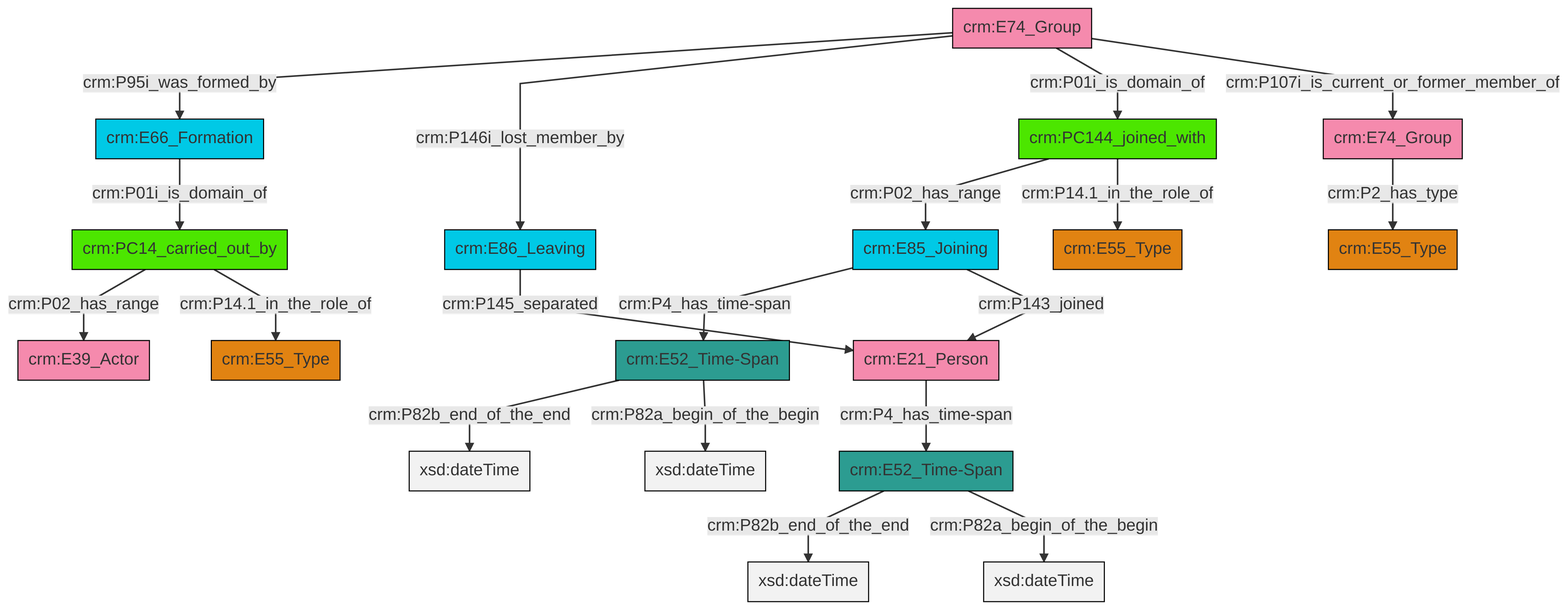
The Mermaid diagram et/groupCSV/ttl/mmd/png/group_actor_relations.png in swiss-art-research-net/reference-data-models, before a commit. Its source is kept beside it as et/groupCSV/ttl/mmd/group_actor_relations.ttl.mmd. Its diagram source:
```mermaid
graph TD
classDef Literal fill:#f2f2f2,stroke:#000000;
classDef CRM_Entity fill:#FFFFFF,stroke:#000000;
classDef Temporal_Entity fill:#00C9E6, stroke:#000000;
classDef Type fill:#E18312, stroke:#000000;
classDef Time-Span fill:#2C9C91, stroke:#000000;
classDef Appellation fill:#FFEB7F, stroke:#000000;
classDef Place fill:#008836, stroke:#000000;
classDef Persistent_Item fill:#B266B2, stroke:#000000;
classDef Conceptual_Object fill:#FFD700, stroke:#000000;
classDef Physical_Thing fill:#D2B48C, stroke:#000000;
classDef Actor fill:#f58aad, stroke:#000000;
classDef PC_Classes fill:#4ce600, stroke:#000000;
classDef Multi fill:#cccccc,stroke:#000000;

0["crm:E66_Formation"]:::Temporal_Entity -->|crm:P01i_is_domain_of| 1["crm:PC14_carried_out_by"]:::PC_Classes
2["crm:E85_Joining"]:::Temporal_Entity -->|crm:P4_has_time-span| 3["crm:E52_Time-Span"]:::Time-Span
2["crm:E85_Joining"]:::Temporal_Entity -->|crm:P143_joined| 6["crm:E21_Person"]:::Actor
11["crm:E74_Group"]:::Actor -->|crm:P95i_was_formed_by| 0["crm:E66_Formation"]:::Temporal_Entity
12["crm:E52_Time-Span"]:::Time-Span -->|crm:P82b_end_of_the_end| 13[xsd:dateTime]:::Literal
11["crm:E74_Group"]:::Actor -->|crm:P146i_lost_member_by| 15["crm:E86_Leaving"]:::Temporal_Entity
16["crm:E74_Group"]:::Actor -->|crm:P2_has_type| 17["crm:E55_Type"]:::Type
1["crm:PC14_carried_out_by"]:::PC_Classes -->|crm:P02_has_range| 4["crm:E39_Actor"]:::Actor
1["crm:PC14_carried_out_by"]:::PC_Classes -->|crm:P14.1_in_the_role_of| 19["crm:E55_Type"]:::Type
15["crm:E86_Leaving"]:::Temporal_Entity -->|crm:P145_separated| 6["crm:E21_Person"]:::Actor
6["crm:E21_Person"]:::Actor -->|crm:P4_has_time-span| 12["crm:E52_Time-Span"]:::Time-Span
11["crm:E74_Group"]:::Actor -->|crm:P01i_is_domain_of| 23["crm:PC144_joined_with"]:::PC_Classes
12["crm:E52_Time-Span"]:::Time-Span -->|crm:P82a_begin_of_the_begin| 25[xsd:dateTime]:::Literal
23["crm:PC144_joined_with"]:::PC_Classes -->|crm:P02_has_range| 2["crm:E85_Joining"]:::Temporal_Entity
3["crm:E52_Time-Span"]:::Time-Span -->|crm:P82b_end_of_the_end| 31[xsd:dateTime]:::Literal
23["crm:PC144_joined_with"]:::PC_Classes -->|crm:P14.1_in_the_role_of| 8["crm:E55_Type"]:::Type
11["crm:E74_Group"]:::Actor -->|crm:P107i_is_current_or_former_member_of| 16["crm:E74_Group"]:::Actor
3["crm:E52_Time-Span"]:::Time-Span -->|crm:P82a_begin_of_the_begin| 34[xsd:dateTime]:::Literal
```
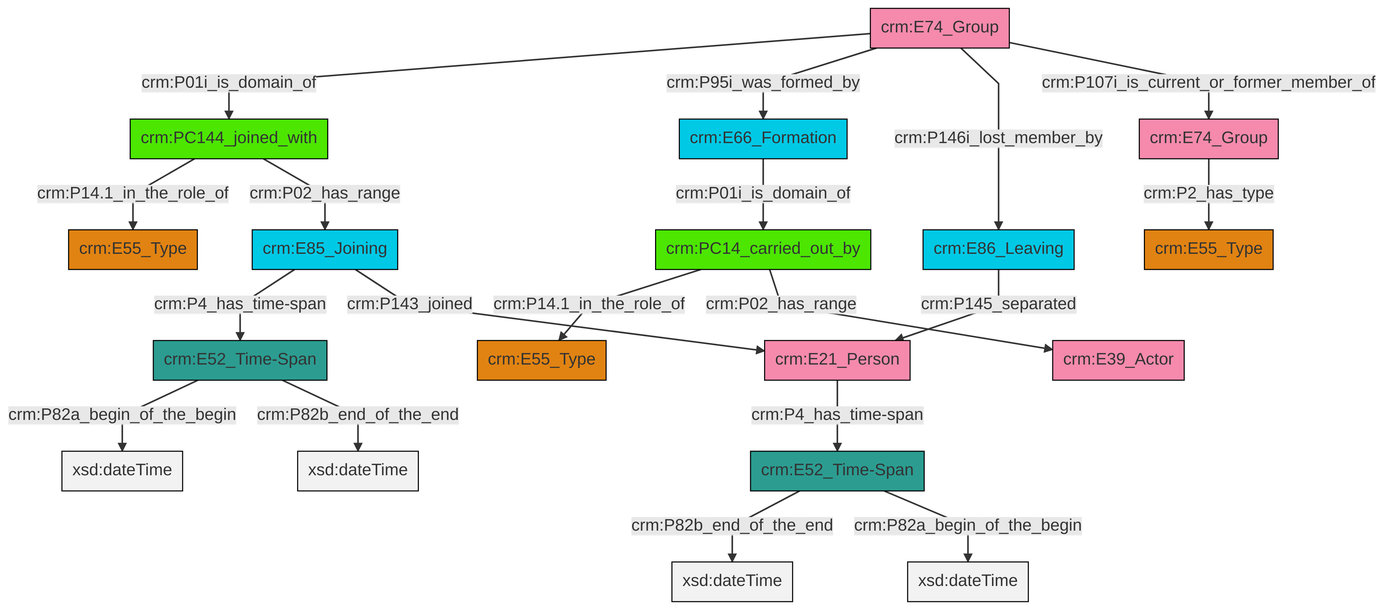
After the commit.

Diff of the diagram source:
```diff
@@ -13,21 +13,21 @@
 classDef PC_Classes fill:#4ce600, stroke:#000000;
 classDef Multi fill:#cccccc,stroke:#000000;
 
-0["crm:E66_Formation"]:::Temporal_Entity -->|crm:P01i_is_domain_of| 1["crm:PC14_carried_out_by"]:::PC_Classes
-2["crm:E85_Joining"]:::Temporal_Entity -->|crm:P4_has_time-span| 3["crm:E52_Time-Span"]:::Time-Span
-2["crm:E85_Joining"]:::Temporal_Entity -->|crm:P143_joined| 6["crm:E21_Person"]:::Actor
-11["crm:E74_Group"]:::Actor -->|crm:P95i_was_formed_by| 0["crm:E66_Formation"]:::Temporal_Entity
-12["crm:E52_Time-Span"]:::Time-Span -->|crm:P82b_end_of_the_end| 13[xsd:dateTime]:::Literal
-11["crm:E74_Group"]:::Actor -->|crm:P146i_lost_member_by| 15["crm:E86_Leaving"]:::Temporal_Entity
-16["crm:E74_Group"]:::Actor -->|crm:P2_has_type| 17["crm:E55_Type"]:::Type
-1["crm:PC14_carried_out_by"]:::PC_Classes -->|crm:P02_has_range| 4["crm:E39_Actor"]:::Actor
-1["crm:PC14_carried_out_by"]:::PC_Classes -->|crm:P14.1_in_the_role_of| 19["crm:E55_Type"]:::Type
-15["crm:E86_Leaving"]:::Temporal_Entity -->|crm:P145_separated| 6["crm:E21_Person"]:::Actor
-6["crm:E21_Person"]:::Actor -->|crm:P4_has_time-span| 12["crm:E52_Time-Span"]:::Time-Span
-11["crm:E74_Group"]:::Actor -->|crm:P01i_is_domain_of| 23["crm:PC144_joined_with"]:::PC_Classes
-12["crm:E52_Time-Span"]:::Time-Span -->|crm:P82a_begin_of_the_begin| 25[xsd:dateTime]:::Literal
-23["crm:PC144_joined_with"]:::PC_Classes -->|crm:P02_has_range| 2["crm:E85_Joining"]:::Temporal_Entity
-3["crm:E52_Time-Span"]:::Time-Span -->|crm:P82b_end_of_the_end| 31[xsd:dateTime]:::Literal
-23["crm:PC144_joined_with"]:::PC_Classes -->|crm:P14.1_in_the_role_of| 8["crm:E55_Type"]:::Type
-11["crm:E74_Group"]:::Actor -->|crm:P107i_is_current_or_former_member_of| 16["crm:E74_Group"]:::Actor
-3["crm:E52_Time-Span"]:::Time-Span -->|crm:P82a_begin_of_the_begin| 34[xsd:dateTime]:::Literal
+4["crm:PC144_joined_with"]:::PC_Classes -->|crm:P14.1_in_the_role_of| 6["crm:E55_Type"]:::Type
+0["crm:E52_Time-Span"]:::Time-Span -->|crm:P82b_end_of_the_end| 7[xsd:dateTime]:::Literal
+10["crm:PC14_carried_out_by"]:::PC_Classes -->|crm:P14.1_in_the_role_of| 2["crm:E55_Type"]:::Type
+13["crm:E52_Time-Span"]:::Time-Span -->|crm:P82a_begin_of_the_begin| 14[xsd:dateTime]:::Literal
+10["crm:PC14_carried_out_by"]:::PC_Classes -->|crm:P02_has_range| 11["crm:E39_Actor"]:::Actor
+16["crm:E74_Group"]:::Actor -->|crm:P01i_is_domain_of| 4["crm:PC144_joined_with"]:::PC_Classes
+13["crm:E52_Time-Span"]:::Time-Span -->|crm:P82b_end_of_the_end| 17[xsd:dateTime]:::Literal
+20["crm:E21_Person"]:::Actor -->|crm:P4_has_time-span| 0["crm:E52_Time-Span"]:::Time-Span
+21["crm:E85_Joining"]:::Temporal_Entity -->|crm:P4_has_time-span| 13["crm:E52_Time-Span"]:::Time-Span
+16["crm:E74_Group"]:::Actor -->|crm:P95i_was_formed_by| 22["crm:E66_Formation"]:::Temporal_Entity
+0["crm:E52_Time-Span"]:::Time-Span -->|crm:P82a_begin_of_the_begin| 23[xsd:dateTime]:::Literal
+16["crm:E74_Group"]:::Actor -->|crm:P146i_lost_member_by| 18["crm:E86_Leaving"]:::Temporal_Entity
+25["crm:E74_Group"]:::Actor -->|crm:P2_has_type| 8["crm:E55_Type"]:::Type
+18["crm:E86_Leaving"]:::Temporal_Entity -->|crm:P145_separated| 20["crm:E21_Person"]:::Actor
+16["crm:E74_Group"]:::Actor -->|crm:P107i_is_current_or_former_member_of| 25["crm:E74_Group"]:::Actor
+21["crm:E85_Joining"]:::Temporal_Entity -->|crm:P143_joined| 20["crm:E21_Person"]:::Actor
+4["crm:PC144_joined_with"]:::PC_Classes -->|crm:P02_has_range| 21["crm:E85_Joining"]:::Temporal_Entity
+22["crm:E66_Formation"]:::Temporal_Entity -->|crm:P01i_is_domain_of| 10["crm:PC14_carried_out_by"]:::PC_Classes
```
